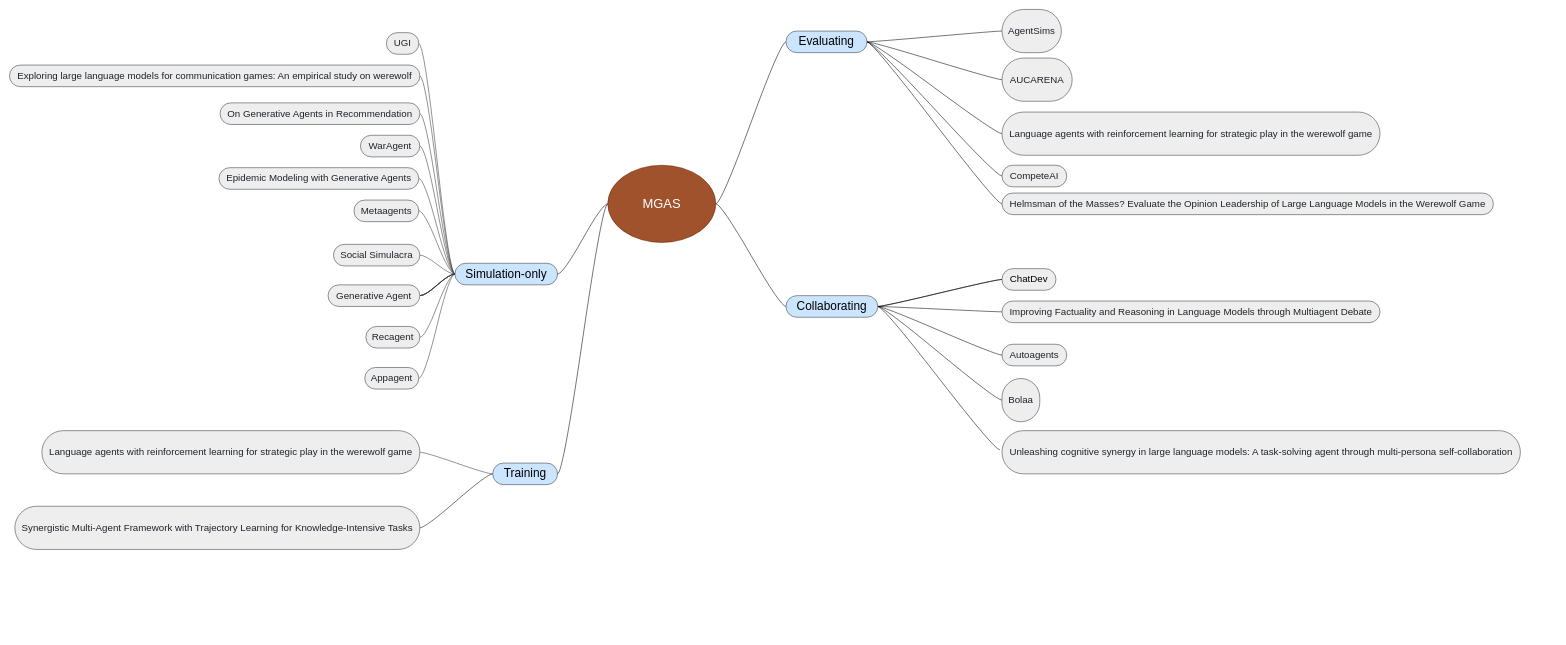
Above: page "Application_framework" (4 of 5) of Sim_Survey.drawio in bianhua-12/Multi-generative_Agent_System_survey (draw.io), before the change. Source tidied: cells renumbered, new cells numbered last; positions are measured from the earlier drawing's top-left corner, leaving out a move shared by most shapes. Both pictures are drawn from the tidied source at 54%, with x=0, y=0 at pixel (9, 9).
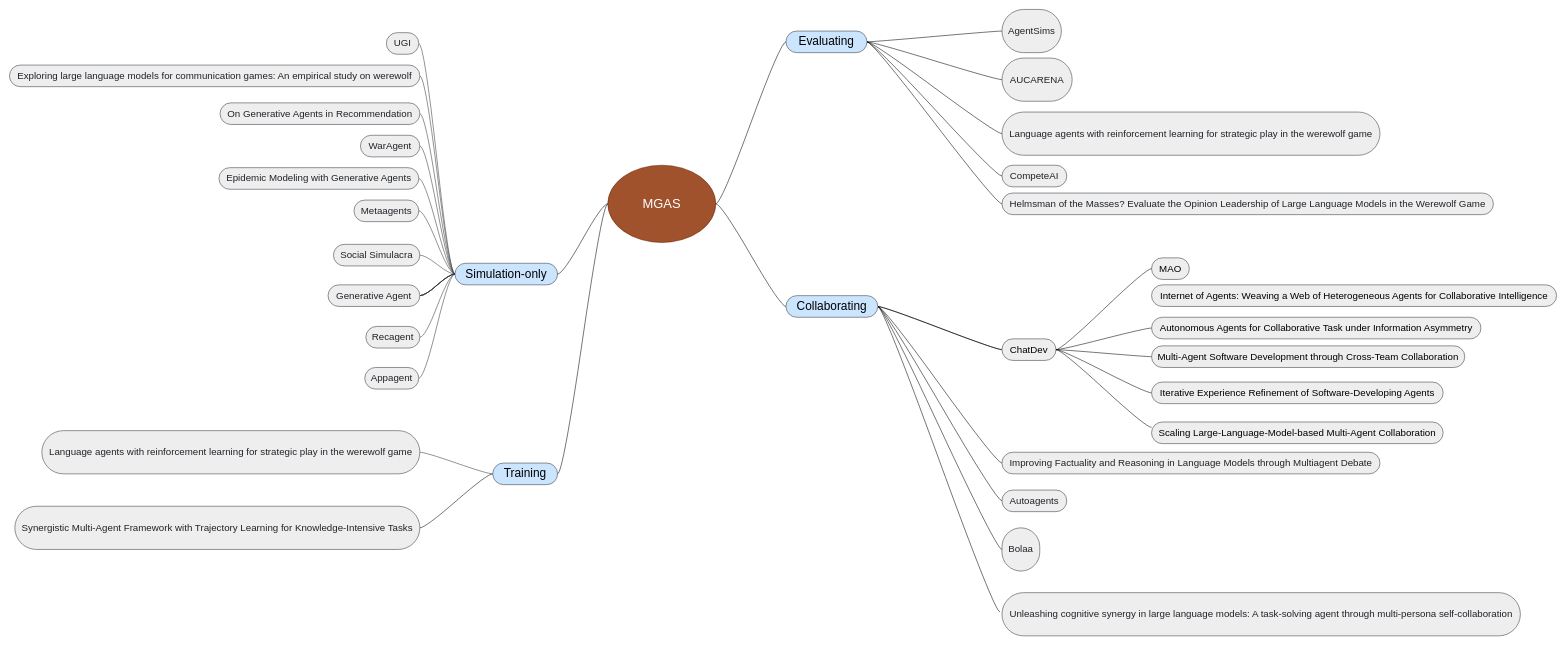
Above is the later version.

Diff of the diagram source:
```diff
@@
     <mxCell id="48" value="ChatDev" style="whiteSpace=wrap;html=1;fontSize=18;rounded=1;arcSize=50;strokeWidth=1;spacing=4;fillColor=#eeeeee;strokeColor=#36393d;" parent="1" vertex="1">
-      <mxGeometry x="1838" y="480" width="100" height="40" as="geometry" />
+      <mxGeometry x="1838" y="610" width="100" height="40" as="geometry" />
     </mxCell>
@@
     <mxCell id="55" value="&lt;div&gt;&lt;span style=&quot;color: rgb(31, 35, 41); background-color: initial;&quot;&gt;Improving Factuality and Reasoning in Language Models through Multiagent Debate&lt;/span&gt;&lt;br&gt;&lt;/div&gt;&lt;span style=&quot;white-space-collapse: preserve;&quot;&gt;&lt;/span&gt;" style="whiteSpace=wrap;html=1;fontSize=18;rounded=1;arcSize=50;strokeWidth=1;spacing=4;fillColor=#eeeeee;strokeColor=#36393d;" parent="1" vertex="1">
-      <mxGeometry x="1838" y="540" width="700" height="40" as="geometry" />
+      <mxGeometry x="1838" y="820" width="700" height="40" as="geometry" />
     </mxCell>
     <mxCell id="56" value="&lt;div&gt;&lt;span style=&quot;color: rgb(31, 35, 41); background-color: initial;&quot;&gt;Autoagents&lt;/span&gt;&lt;br&gt;&lt;/div&gt;&lt;span style=&quot;white-space-collapse: preserve;&quot;&gt;&lt;/span&gt;" style="whiteSpace=wrap;html=1;fontSize=18;rounded=1;arcSize=50;strokeWidth=1;spacing=4;fillColor=#eeeeee;strokeColor=#36393d;" parent="1" vertex="1">
-      <mxGeometry x="1838" y="620" width="120" height="40" as="geometry" />
+      <mxGeometry x="1838" y="890" width="120" height="40" as="geometry" />
     </mxCell>
     <mxCell id="57" value="&lt;div style=&quot;color: rgb(31, 35, 41);&quot;&gt;&lt;p&gt;Bolaa&lt;/p&gt;&lt;/div&gt;&lt;span style=&quot;white-space-collapse: preserve;&quot;&gt;&lt;/span&gt;" style="whiteSpace=wrap;html=1;fontSize=18;rounded=1;arcSize=50;strokeWidth=1;spacing=4;fillColor=#eeeeee;strokeColor=#36393d;" parent="1" vertex="1">
-      <mxGeometry x="1838" y="683.5" width="70" height="80" as="geometry" />
+      <mxGeometry x="1838" y="960" width="70" height="80" as="geometry" />
     </mxCell>
     <mxCell id="58" value="&lt;div style=&quot;color: rgb(31, 35, 41);&quot;&gt;&lt;p&gt;Unleashing cognitive synergy in large language models: A task-solving agent through multi-persona self-collaboration&lt;/p&gt;&lt;/div&gt;&lt;span style=&quot;white-space-collapse: preserve;&quot;&gt;&lt;/span&gt;" style="whiteSpace=wrap;html=1;fontSize=18;rounded=1;arcSize=50;strokeWidth=1;spacing=4;fillColor=#eeeeee;strokeColor=#36393d;" parent="1" vertex="1">
-      <mxGeometry x="1838" y="780" width="960" height="80" as="geometry" />
+      <mxGeometry x="1838" y="1080" width="960" height="80" as="geometry" />
     </mxCell>
@@
+    <mxCell id="60" value="MAO" style="whiteSpace=wrap;html=1;fontSize=18;fillColor=#eeeeee;strokeColor=#36393d;rounded=1;arcSize=50;strokeWidth=1;spacing=4;" parent="1" vertex="1">
+      <mxGeometry x="2115" y="460" width="70" height="40" as="geometry" />
+    </mxCell>
+    <mxCell id="61" style="edgeStyle=entityRelationEdgeStyle;rounded=0;jettySize=auto;html=1;startArrow=none;endArrow=none;segment=10;curved=1;sourcePerimeterSpacing=0;targetPerimeterSpacing=0;exitX=1;exitY=0.5;exitDx=0;exitDy=0;entryX=0;entryY=0.5;entryDx=0;entryDy=0;" parent="1" edge="1" source="48" target="60">
+      <mxGeometry relative="1" as="geometry" />
+    </mxCell>
+    <mxCell id="62" style="edgeStyle=entityRelationEdgeStyle;rounded=0;jettySize=auto;html=1;startArrow=none;endArrow=none;segment=10;curved=1;sourcePerimeterSpacing=0;targetPerimeterSpacing=0;exitX=1;exitY=0.5;exitDx=0;exitDy=0;entryX=0;entryY=0.5;entryDx=0;entryDy=0;" parent="1" edge="1" source="48" target="68">
+      <mxGeometry relative="1" as="geometry" />
+    </mxCell>
+    <mxCell id="63" value="&lt;div style=&quot;white-space-collapse: preserve;&quot;&gt;Internet of Agents: Weaving a Web of Heterogeneous Agents for Collaborative Intelligence&lt;/div&gt;" style="whiteSpace=wrap;html=1;fontSize=18;fillColor=#eeeeee;strokeColor=#36393d;rounded=1;arcSize=50;strokeWidth=1;spacing=4;" parent="1" vertex="1">
+      <mxGeometry x="2115" y="510" width="750" height="40" as="geometry" />
+    </mxCell>
+    <mxCell id="64" style="edgeStyle=entityRelationEdgeStyle;rounded=0;jettySize=auto;html=1;startArrow=none;endArrow=none;segment=10;curved=1;sourcePerimeterSpacing=0;targetPerimeterSpacing=0;exitX=1;exitY=0.5;exitDx=0;exitDy=0;entryX=0;entryY=0.5;entryDx=0;entryDy=0;" parent="1" edge="1" source="48" target="65">
+      <mxGeometry relative="1" as="geometry" />
+    </mxCell>
+    <mxCell id="65" value="&lt;div style=&quot;white-space-collapse: preserve;&quot;&gt;Multi-Agent Software Development through Cross-Team Collaboration&lt;/div&gt;" style="whiteSpace=wrap;html=1;fontSize=18;fillColor=#eeeeee;strokeColor=#36393d;rounded=1;arcSize=50;strokeWidth=1;spacing=4;" parent="1" vertex="1">
+      <mxGeometry x="2115" y="623" width="580" height="40" as="geometry" />
+    </mxCell>
+    <mxCell id="66" style="edgeStyle=entityRelationEdgeStyle;rounded=0;jettySize=auto;html=1;startArrow=none;endArrow=none;segment=10;curved=1;sourcePerimeterSpacing=0;targetPerimeterSpacing=0;exitX=1;exitY=0.5;exitDx=0;exitDy=0;entryX=0;entryY=0.5;entryDx=0;entryDy=0;" parent="1" edge="1" source="48" target="67">
+      <mxGeometry relative="1" as="geometry" />
+    </mxCell>
+    <mxCell id="67" value="&lt;div style=&quot;white-space-collapse: preserve;&quot;&gt;&lt;div&gt;Autonomous Agents for Collaborative Task under Information Asymmetry&lt;/div&gt;&lt;/div&gt;" style="whiteSpace=wrap;html=1;fontSize=18;fillColor=#eeeeee;strokeColor=#36393d;rounded=1;arcSize=50;strokeWidth=1;spacing=4;" parent="1" vertex="1">
+      <mxGeometry x="2115" y="570" width="610" height="40" as="geometry" />
+    </mxCell>
+    <mxCell id="68" value="&lt;div style=&quot;white-space-collapse: preserve;&quot;&gt;&lt;div&gt;Iterative Experience Refinement of Software-Developing Agents&lt;/div&gt;&lt;/div&gt;" style="whiteSpace=wrap;html=1;fontSize=18;fillColor=#eeeeee;strokeColor=#36393d;rounded=1;arcSize=50;strokeWidth=1;spacing=4;" parent="1" vertex="1">
+      <mxGeometry x="2115" y="690" width="540" height="40" as="geometry" />
+    </mxCell>
+    <mxCell id="69" value="&lt;div style=&quot;white-space-collapse: preserve;&quot;&gt;&lt;div&gt;&lt;div&gt;Scaling Large-Language-Model-based Multi-Agent Collaboration&lt;/div&gt;&lt;/div&gt;&lt;/div&gt;" style="whiteSpace=wrap;html=1;fontSize=18;fillColor=#eeeeee;strokeColor=#36393d;rounded=1;arcSize=50;strokeWidth=1;spacing=4;" parent="1" vertex="1">
+      <mxGeometry x="2115" y="764" width="540" height="40" as="geometry" />
+    </mxCell>
+    <mxCell id="70" style="edgeStyle=entityRelationEdgeStyle;rounded=0;jettySize=auto;html=1;startArrow=none;endArrow=none;segment=10;curved=1;sourcePerimeterSpacing=0;targetPerimeterSpacing=0;exitX=1;exitY=0.5;exitDx=0;exitDy=0;entryX=0;entryY=0.25;entryDx=0;entryDy=0;" parent="1" edge="1" source="48" target="69">
+      <mxGeometry relative="1" as="geometry" />
+    </mxCell>
```
